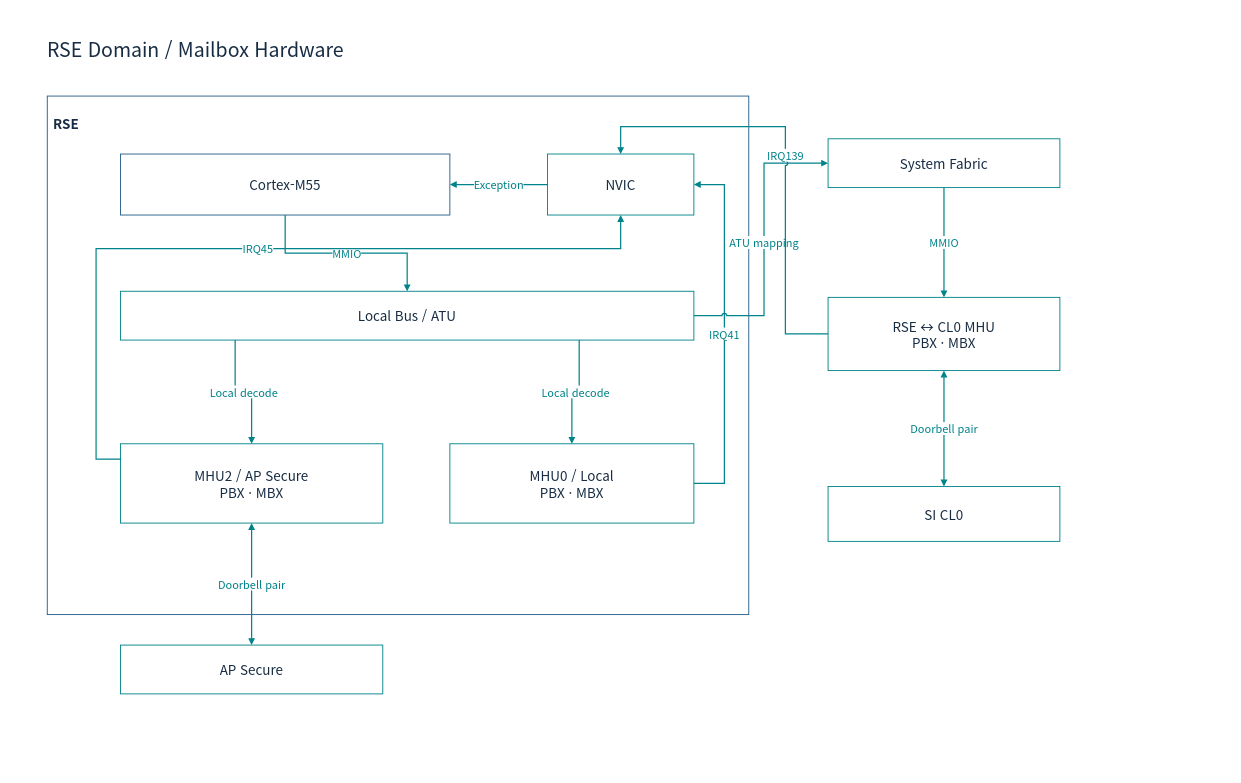
Before: page "05-rse-hardware" (7 of 25) of doc/phase1/mailbox/apollo-mailbox-architecture.drawio in cometzero/project-apollo, a draw.io diagram. Source tidied: cells renumbered, new cells numbered last; positions are measured from the earlier drawing's top-left corner, leaving out a move shared by most shapes. Both pictures are drawn from the tidied source at 61%, with x=0, y=0 at pixel (10, 10).
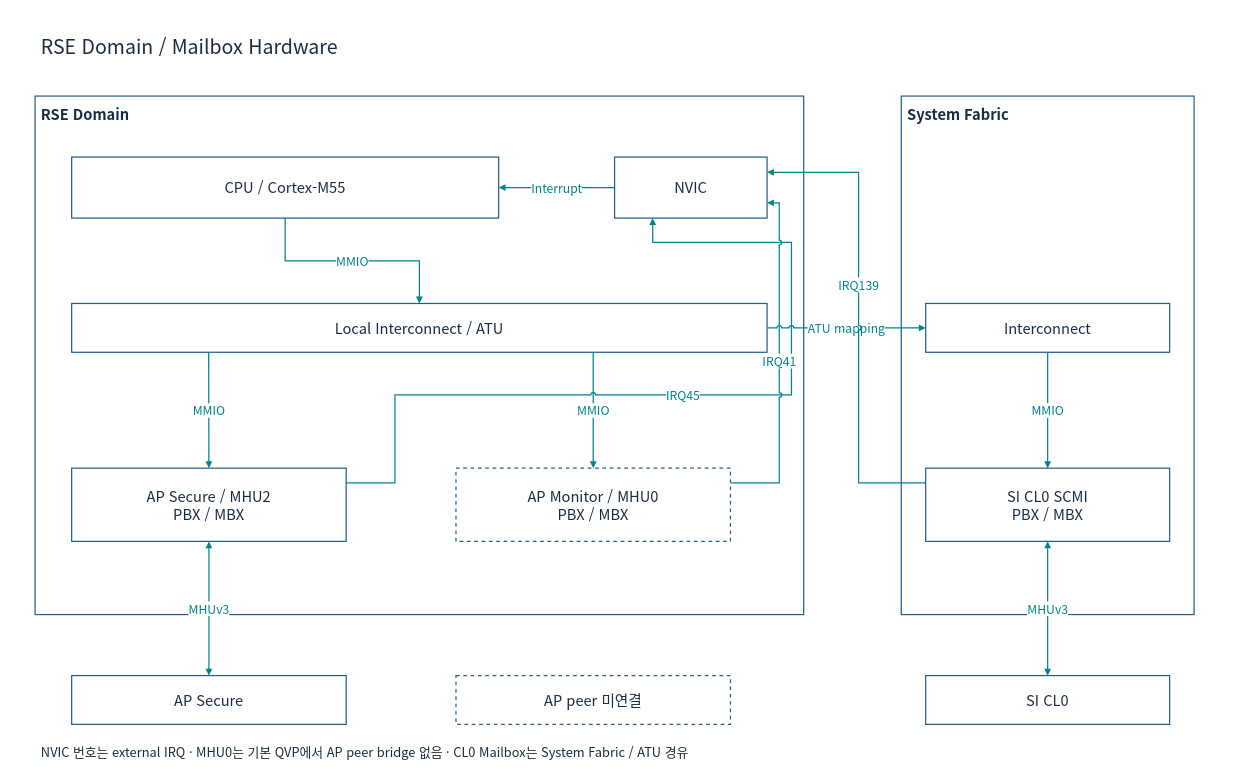
The same diagram, later.

Commit message (it also covers changes not shown here):
docs(mailbox): clarify topology and diagrams

The edit, as a diff of the source:
```diff
@@
-    <mxCell id="2" style="rounded=0;whiteSpace=wrap;html=1;fillColor=#FFFFFF;strokeColor=none;strokeWidth=1.5;fontColor=#172C43;fontFamily=Noto Sans CJK KR;fontSize=22;spacing=10;" parent="1" vertex="1">
-      <mxGeometry width="1800" height="1150" as="geometry" />
+    <mxCell id="2" style="rounded=0;whiteSpace=wrap;html=1;fillColor=#FFFFFF;strokeColor=#235D86;strokeWidth=2;fontColor=#172C43;fontFamily=Noto Sans CJK KR;fontSize=24;spacing=10;strokeColor=none;" parent="1" vertex="1">
+      <mxGeometry width="2000" height="1250" as="geometry" />
     </mxCell>
-    <mxCell id="3" value="RSE Domain / Mailbox Hardware" style="rounded=0;whiteSpace=wrap;html=1;fillColor=#FFFFFF;strokeColor=none;strokeWidth=1.5;fontColor=#172C43;fontFamily=Noto Sans CJK KR;fontSize=22;spacing=10;fontSize=32;align=left;" parent="1" vertex="1">
-      <mxGeometry x="50" y="30" width="1700" height="65" as="geometry" />
+    <mxCell id="3" value="RSE Domain / Mailbox Hardware" style="rounded=0;whiteSpace=wrap;html=1;fillColor=#FFFFFF;strokeColor=#235D86;strokeWidth=2;fontColor=#172C43;fontFamily=Noto Sans CJK KR;fontSize=24;spacing=10;strokeColor=none;fontSize=32;align=left;" parent="1" vertex="1">
+      <mxGeometry x="40" y="25" width="1920" height="65" as="geometry" />
     </mxCell>
-    <mxCell id="4" value="RSE" style="rounded=0;whiteSpace=wrap;html=1;fillColor=#FFFFFF;strokeColor=#235D86;strokeWidth=1.5;fontColor=#172C43;fontFamily=Noto Sans CJK KR;fontSize=22;spacing=10;verticalAlign=top;fontStyle=1;spacingTop=16;align=left;" parent="1" vertex="1">
-      <mxGeometry x="60" y="140" width="1150" height="850" as="geometry" />
+    <mxCell id="4" value="RSE Domain" style="rounded=0;whiteSpace=wrap;html=1;fillColor=#FFFFFF;strokeColor=#235D86;strokeWidth=2;fontColor=#172C43;fontFamily=Noto Sans CJK KR;fontSize=24;spacing=10;verticalAlign=top;align=left;fontStyle=1;" parent="1" vertex="1">
+      <mxGeometry x="40" y="140" width="1260" height="850" as="geometry" />
     </mxCell>
-    <mxCell id="5" value="Cortex-M55" style="rounded=0;whiteSpace=wrap;html=1;fillColor=#FFFFFF;strokeColor=#235D86;strokeWidth=1.5;fontColor=#172C43;fontFamily=Noto Sans CJK KR;fontSize=22;spacing=10;" parent="4" vertex="1">
-      <mxGeometry x="120" y="95" width="540" height="100" as="geometry" />
+    <mxCell id="5" value="CPU / Cortex-M55" style="rounded=0;whiteSpace=wrap;html=1;fillColor=#FFFFFF;strokeColor=#235D86;strokeWidth=2;fontColor=#172C43;fontFamily=Noto Sans CJK KR;fontSize=24;spacing=10;" parent="4" vertex="1">
+      <mxGeometry x="60" y="100" width="700" height="100" as="geometry" />
     </mxCell>
-    <mxCell id="6" value="NVIC" style="rounded=0;whiteSpace=wrap;html=1;fillColor=#FFFFFF;strokeColor=#00838A;strokeWidth=1.5;fontColor=#172C43;fontFamily=Noto Sans CJK KR;fontSize=22;spacing=10;" parent="4" vertex="1">
-      <mxGeometry x="820" y="95" width="240" height="100" as="geometry" />
+    <mxCell id="6" value="NVIC" style="rounded=0;whiteSpace=wrap;html=1;fillColor=#FFFFFF;strokeColor=#235D86;strokeWidth=2;fontColor=#172C43;fontFamily=Noto Sans CJK KR;fontSize=24;spacing=10;" parent="4" vertex="1">
+      <mxGeometry x="950" y="100" width="250" height="100" as="geometry" />
     </mxCell>
-    <mxCell id="7" value="Local Bus / ATU" style="rounded=0;whiteSpace=wrap;html=1;fillColor=#FFFFFF;strokeColor=#00838A;strokeWidth=1.5;fontColor=#172C43;fontFamily=Noto Sans CJK KR;fontSize=22;spacing=10;" parent="4" vertex="1">
-      <mxGeometry x="120" y="320" width="940" height="80" as="geometry" />
-    </mxCell>
+    <mxCell id="25" value="Local Interconnect / ATU" style="rounded=0;whiteSpace=wrap;html=1;fillColor=#FFFFFF;strokeColor=#235D86;strokeWidth=2;fontColor=#172C43;fontFamily=Noto Sans CJK KR;fontSize=24;spacing=10;" parent="4" vertex="1">
+      <mxGeometry x="60" y="340" width="1140" height="80" as="geometry" />
+    </mxCell>
+    <mxCell id="26" value="MMIO" style="edgeStyle=orthogonalEdgeStyle;rounded=0;html=1;endArrow=block;endFill=1;strokeWidth=2;strokeColor=#00838A;fontColor=#00838A;fontFamily=Noto Sans CJK KR;fontSize=20;labelBackgroundColor=#FFFFFF;jumpStyle=arc;exitX=0.5;exitY=1;entryX=0.5;entryY=0;" parent="1" edge="1" source="5" target="25">
+      <mxGeometry relative="1" as="geometry" />
+    </mxCell>
+    <mxCell id="19" value="Interrupt" style="edgeStyle=orthogonalEdgeStyle;rounded=0;html=1;endArrow=block;endFill=1;strokeWidth=2;strokeColor=#00838A;fontColor=#00838A;fontFamily=Noto Sans CJK KR;fontSize=20;labelBackgroundColor=#FFFFFF;jumpStyle=arc;exitX=0;exitY=0.5;entryX=1;entryY=0.5;" parent="1" edge="1" source="6" target="5">
+      <mxGeometry relative="1" as="geometry" />
+    </mxCell>
-    <mxCell id="8" value="MHU2 / AP Secure&lt;br&gt;PBX · MBX" style="rounded=0;whiteSpace=wrap;html=1;fillColor=#FFFFFF;strokeColor=#00838A;strokeWidth=1.5;fontColor=#172C43;fontFamily=Noto Sans CJK KR;fontSize=22;spacing=10;" parent="4" vertex="1">
-      <mxGeometry x="120" y="570" width="430" height="130" as="geometry" />
+    <mxCell id="8" value="AP Secure / MHU2&lt;br&gt;PBX / MBX" style="rounded=0;whiteSpace=wrap;html=1;fillColor=#FFFFFF;strokeColor=#235D86;strokeWidth=2;fontColor=#172C43;fontFamily=Noto Sans CJK KR;fontSize=24;spacing=10;" parent="4" vertex="1">
+      <mxGeometry x="60" y="610" width="450" height="120" as="geometry" />
     </mxCell>
-    <mxCell id="9" value="MHU0 / Local&lt;br&gt;PBX · MBX" style="rounded=0;whiteSpace=wrap;html=1;fillColor=#FFFFFF;strokeColor=#00838A;strokeWidth=1.5;fontColor=#172C43;fontFamily=Noto Sans CJK KR;fontSize=22;spacing=10;" parent="4" vertex="1">
-      <mxGeometry x="660" y="570" width="400" height="130" as="geometry" />
+    <mxCell id="9" value="AP Monitor / MHU0&lt;br&gt;PBX / MBX" style="rounded=0;whiteSpace=wrap;html=1;fillColor=#FFFFFF;strokeColor=#235D86;strokeWidth=2;fontColor=#172C43;fontFamily=Noto Sans CJK KR;fontSize=24;spacing=10;dashed=1;" parent="4" vertex="1">
+      <mxGeometry x="690" y="610" width="450" height="120" as="geometry" />
     </mxCell>
+    <mxCell id="27" value="MMIO" style="edgeStyle=orthogonalEdgeStyle;rounded=0;html=1;endArrow=block;endFill=1;strokeWidth=2;strokeColor=#00838A;fontColor=#00838A;fontFamily=Noto Sans CJK KR;fontSize=20;labelBackgroundColor=#FFFFFF;jumpStyle=arc;exitX=0.197;exitY=1;entryX=0.5;entryY=0;" parent="1" edge="1" source="25" target="8">
+      <mxGeometry relative="1" as="geometry" />
+    </mxCell>
+    <mxCell id="28" value="MMIO" style="edgeStyle=orthogonalEdgeStyle;rounded=0;html=1;endArrow=block;endFill=1;strokeWidth=2;strokeColor=#00838A;fontColor=#00838A;fontFamily=Noto Sans CJK KR;fontSize=20;labelBackgroundColor=#FFFFFF;jumpStyle=arc;exitX=0.75;exitY=1;entryX=0.5;entryY=0;" parent="1" edge="1" source="25" target="9">
+      <mxGeometry relative="1" as="geometry" />
+    </mxCell>
+    <mxCell id="17" value="IRQ45" style="edgeStyle=orthogonalEdgeStyle;rounded=0;html=1;endArrow=block;endFill=1;strokeWidth=2;strokeColor=#00838A;fontColor=#00838A;fontFamily=Noto Sans CJK KR;fontSize=20;labelBackgroundColor=#FFFFFF;jumpStyle=arc;exitX=1;exitY=0.2;entryX=0.25;entryY=1;" parent="1" edge="1" source="8" target="6">
+      <mxGeometry relative="1" as="geometry">
+        <Array as="points">
+          <mxPoint x="630" y="774" />
+          <mxPoint x="630" y="630" />
+          <mxPoint x="1280" y="630" />
+          <mxPoint x="1280" y="380" />
+          <mxPoint x="1052" y="380" />
+        </Array>
+      </mxGeometry>
+    </mxCell>
+    <mxCell id="18" value="IRQ41" style="edgeStyle=orthogonalEdgeStyle;rounded=0;html=1;endArrow=block;endFill=1;strokeWidth=2;strokeColor=#00838A;fontColor=#00838A;fontFamily=Noto Sans CJK KR;fontSize=20;labelBackgroundColor=#FFFFFF;jumpStyle=arc;exitX=1;exitY=0.2;entryX=1;entryY=0.75;" parent="1" edge="1" source="9" target="6">
+      <mxGeometry relative="1" as="geometry">
+        <Array as="points">
+          <mxPoint x="1260" y="774" />
+          <mxPoint x="1260" y="315" />
+        </Array>
+      </mxGeometry>
+    </mxCell>
+    <mxCell id="29" value="System Fabric" style="rounded=0;whiteSpace=wrap;html=1;fillColor=#FFFFFF;strokeColor=#235D86;strokeWidth=2;fontColor=#172C43;fontFamily=Noto Sans CJK KR;fontSize=24;spacing=10;verticalAlign=top;align=left;fontStyle=1;" parent="1" vertex="1">
+      <mxGeometry x="1460" y="140" width="480" height="850" as="geometry" />
+    </mxCell>
-    <mxCell id="10" value="System Fabric" style="rounded=0;whiteSpace=wrap;html=1;fillColor=#FFFFFF;strokeColor=#00838A;strokeWidth=1.5;fontColor=#172C43;fontFamily=Noto Sans CJK KR;fontSize=22;spacing=10;" parent="1" vertex="1">
-      <mxGeometry x="1340" y="210" width="380" height="80" as="geometry" />
+    <mxCell id="10" value="Interconnect" style="rounded=0;whiteSpace=wrap;html=1;fillColor=#FFFFFF;strokeColor=#235D86;strokeWidth=2;fontColor=#172C43;fontFamily=Noto Sans CJK KR;fontSize=24;spacing=10;" parent="29" vertex="1">
+      <mxGeometry x="40" y="340" width="400" height="80" as="geometry" />
     </mxCell>
-    <mxCell id="11" value="RSE ↔ CL0 MHU&lt;br&gt;PBX · MBX" style="rounded=0;whiteSpace=wrap;html=1;fillColor=#FFFFFF;strokeColor=#00838A;strokeWidth=1.5;fontColor=#172C43;fontFamily=Noto Sans CJK KR;fontSize=22;spacing=10;" parent="1" vertex="1">
-      <mxGeometry x="1340" y="470" width="380" height="120" as="geometry" />
+    <mxCell id="11" value="SI CL0 SCMI&lt;br&gt;PBX / MBX" style="rounded=0;whiteSpace=wrap;html=1;fillColor=#FFFFFF;strokeColor=#235D86;strokeWidth=2;fontColor=#172C43;fontFamily=Noto Sans CJK KR;fontSize=24;spacing=10;" parent="29" vertex="1">
+      <mxGeometry x="40" y="610" width="400" height="120" as="geometry" />
     </mxCell>
-    <mxCell id="12" value="SI CL0" style="rounded=0;whiteSpace=wrap;html=1;fillColor=#FFFFFF;strokeColor=#00838A;strokeWidth=1.5;fontColor=#172C43;fontFamily=Noto Sans CJK KR;fontSize=22;spacing=10;" parent="1" vertex="1">
-      <mxGeometry x="1340" y="780" width="380" height="90" as="geometry" />
-    </mxCell>
-    <mxCell id="13" value="AP Secure" style="rounded=0;whiteSpace=wrap;html=1;fillColor=#FFFFFF;strokeColor=#00838A;strokeWidth=1.5;fontColor=#172C43;fontFamily=Noto Sans CJK KR;fontSize=22;spacing=10;" parent="1" vertex="1">
-      <mxGeometry x="180" y="1040" width="430" height="80" as="geometry" />
-    </mxCell>
-    <mxCell id="14" value="MMIO" style="edgeStyle=orthogonalEdgeStyle;rounded=0;html=1;endArrow=block;endFill=1;strokeWidth=2;strokeColor=#00838A;fontColor=#00838A;fontFamily=Noto Sans CJK KR;fontSize=18;labelBackgroundColor=#FFFFFF;exitX=0.5;exitY=1;entryX=0.5;entryY=0;" parent="1" edge="1" source="5" target="7">
-      <mxGeometry relative="1" as="geometry" />
-    </mxCell>
-    <mxCell id="15" value="Local decode" style="edgeStyle=orthogonalEdgeStyle;rounded=0;html=1;endArrow=block;endFill=1;strokeWidth=2;strokeColor=#00838A;fontColor=#00838A;fontFamily=Noto Sans CJK KR;fontSize=18;labelBackgroundColor=#FFFFFF;exitX=0.2;exitY=1;entryX=0.5;entryY=0;" parent="1" edge="1" source="7" target="8">
-      <mxGeometry relative="1" as="geometry" />
-    </mxCell>
-    <mxCell id="16" value="Local decode" style="edgeStyle=orthogonalEdgeStyle;rounded=0;html=1;endArrow=block;endFill=1;strokeWidth=2;strokeColor=#00838A;fontColor=#00838A;fontFamily=Noto Sans CJK KR;fontSize=18;labelBackgroundColor=#FFFFFF;exitX=0.8;exitY=1;entryX=0.5;entryY=0;" parent="1" edge="1" source="7" target="9">
-      <mxGeometry relative="1" as="geometry" />
-    </mxCell>
-    <mxCell id="17" value="IRQ45" style="edgeStyle=orthogonalEdgeStyle;rounded=0;html=1;endArrow=block;endFill=1;strokeWidth=2;strokeColor=#00838A;fontColor=#00838A;fontFamily=Noto Sans CJK KR;fontSize=18;labelBackgroundColor=#FFFFFF;exitX=0;exitY=0.2;entryX=0.5;entryY=1;" parent="1" edge="1" source="8" target="6">
-      <mxGeometry relative="1" as="geometry">
-        <Array as="points">
-          <mxPoint x="140" y="735" />
-          <mxPoint x="140" y="390" />
-          <mxPoint x="1000" y="390" />
-        </Array>
-      </mxGeometry>
-    </mxCell>
-    <mxCell id="18" value="IRQ41" style="edgeStyle=orthogonalEdgeStyle;rounded=0;html=1;endArrow=block;endFill=1;strokeWidth=2;strokeColor=#00838A;fontColor=#00838A;fontFamily=Noto Sans CJK KR;fontSize=18;labelBackgroundColor=#FFFFFF;exitX=1;exitY=0.5;entryX=1;entryY=0.5;" parent="1" edge="1" source="9" target="6">
-      <mxGeometry relative="1" as="geometry">
-        <Array as="points">
-          <mxPoint x="1170" y="775" />
-          <mxPoint x="1170" y="285" />
-        </Array>
-      </mxGeometry>
-    </mxCell>
-    <mxCell id="19" value="Exception" style="edgeStyle=orthogonalEdgeStyle;rounded=0;html=1;endArrow=block;endFill=1;strokeWidth=2;strokeColor=#00838A;fontColor=#00838A;fontFamily=Noto Sans CJK KR;fontSize=18;labelBackgroundColor=#FFFFFF;exitX=0;exitY=0.5;entryX=1;entryY=0.5;" parent="1" edge="1" source="6" target="5">
-      <mxGeometry relative="1" as="geometry" />
-    </mxCell>
-    <mxCell id="20" value="ATU mapping" style="edgeStyle=orthogonalEdgeStyle;rounded=0;html=1;endArrow=block;endFill=1;strokeWidth=2;strokeColor=#00838A;fontColor=#00838A;fontFamily=Noto Sans CJK KR;fontSize=18;labelBackgroundColor=#FFFFFF;exitX=1;exitY=0.5;entryX=0;entryY=0.5;jumpStyle=arc;" parent="1" edge="1" source="7" target="10">
-      <mxGeometry relative="1" as="geometry">
-        <Array as="points">
-          <mxPoint x="1235" y="500" />
-          <mxPoint x="1235" y="250" />
-        </Array>
-      </mxGeometry>
+    <mxCell id="20" value="ATU mapping" style="edgeStyle=orthogonalEdgeStyle;rounded=0;html=1;endArrow=block;endFill=1;strokeWidth=2;strokeColor=#00838A;fontColor=#00838A;fontFamily=Noto Sans CJK KR;fontSize=20;labelBackgroundColor=#FFFFFF;jumpStyle=arc;exitX=1;exitY=0.5;entryX=0;entryY=0.5;" parent="1" edge="1" source="25" target="10">
+      <mxGeometry relative="1" as="geometry" />
     </mxCell>
-    <mxCell id="21" value="MMIO" style="edgeStyle=orthogonalEdgeStyle;rounded=0;html=1;endArrow=block;endFill=1;strokeWidth=2;strokeColor=#00838A;fontColor=#00838A;fontFamily=Noto Sans CJK KR;fontSize=18;labelBackgroundColor=#FFFFFF;exitX=0.5;exitY=1;entryX=0.5;entryY=0;" parent="1" edge="1" source="10" target="11">
+    <mxCell id="21" value="MMIO" style="edgeStyle=orthogonalEdgeStyle;rounded=0;html=1;endArrow=block;endFill=1;strokeWidth=2;strokeColor=#00838A;fontColor=#00838A;fontFamily=Noto Sans CJK KR;fontSize=20;labelBackgroundColor=#FFFFFF;jumpStyle=arc;exitX=0.5;exitY=1;entryX=0.5;entryY=0;" parent="1" edge="1" source="10" target="11">
       <mxGeometry relative="1" as="geometry" />
     </mxCell>
+    <mxCell id="23" value="IRQ139" style="edgeStyle=orthogonalEdgeStyle;rounded=0;html=1;endArrow=block;endFill=1;strokeWidth=2;strokeColor=#00838A;fontColor=#00838A;fontFamily=Noto Sans CJK KR;fontSize=20;labelBackgroundColor=#FFFFFF;jumpStyle=arc;exitX=0;exitY=0.2;entryX=1;entryY=0.25;" parent="1" edge="1" source="11" target="6">
+      <mxGeometry relative="1" as="geometry">
+        <Array as="points">
+          <mxPoint x="1390" y="774" />
+          <mxPoint x="1390" y="265" />
+        </Array>
+        <mxPoint y="-50" as="offset" />
+      </mxGeometry>
+    </mxCell>
+    <mxCell id="13" value="AP Secure" style="rounded=0;whiteSpace=wrap;html=1;fillColor=#FFFFFF;strokeColor=#235D86;strokeWidth=2;fontColor=#172C43;fontFamily=Noto Sans CJK KR;fontSize=24;spacing=10;" parent="1" vertex="1">
+      <mxGeometry x="100" y="1090" width="450" height="80" as="geometry" />
+    </mxCell>
+    <mxCell id="24" value="MHUv3" style="edgeStyle=orthogonalEdgeStyle;rounded=0;html=1;endArrow=block;endFill=1;strokeWidth=2;strokeColor=#00838A;fontColor=#00838A;fontFamily=Noto Sans CJK KR;fontSize=20;labelBackgroundColor=#FFFFFF;jumpStyle=arc;startArrow=block;startFill=1;exitX=0.5;exitY=1;entryX=0.5;entryY=0;" parent="1" edge="1" source="8" target="13">
+      <mxGeometry relative="1" as="geometry" />
+    </mxCell>
+    <mxCell id="30" value="AP peer 미연결" style="rounded=0;whiteSpace=wrap;html=1;fillColor=#FFFFFF;strokeColor=#235D86;strokeWidth=2;fontColor=#172C43;fontFamily=Noto Sans CJK KR;fontSize=24;spacing=10;dashed=1;" parent="1" vertex="1">
+      <mxGeometry x="730" y="1090" width="450" height="80" as="geometry" />
+    </mxCell>
+    <mxCell id="12" value="SI CL0" style="rounded=0;whiteSpace=wrap;html=1;fillColor=#FFFFFF;strokeColor=#235D86;strokeWidth=2;fontColor=#172C43;fontFamily=Noto Sans CJK KR;fontSize=24;spacing=10;" parent="1" vertex="1">
+      <mxGeometry x="1500" y="1090" width="400" height="80" as="geometry" />
+    </mxCell>
-    <mxCell id="22" value="Doorbell pair" style="edgeStyle=orthogonalEdgeStyle;rounded=0;html=1;endArrow=block;endFill=1;strokeWidth=2;strokeColor=#00838A;fontColor=#00838A;fontFamily=Noto Sans CJK KR;fontSize=18;labelBackgroundColor=#FFFFFF;exitX=0.5;exitY=1;entryX=0.5;entryY=0;startArrow=block;startFill=1;" parent="1" edge="1" source="11" target="12">
+    <mxCell id="22" value="MHUv3" style="edgeStyle=orthogonalEdgeStyle;rounded=0;html=1;endArrow=block;endFill=1;strokeWidth=2;strokeColor=#00838A;fontColor=#00838A;fontFamily=Noto Sans CJK KR;fontSize=20;labelBackgroundColor=#FFFFFF;jumpStyle=arc;startArrow=block;startFill=1;exitX=0.5;exitY=1;entryX=0.5;entryY=0;" parent="1" edge="1" source="11" target="12">
       <mxGeometry relative="1" as="geometry" />
     </mxCell>
-    <mxCell id="23" value="IRQ139" style="edgeStyle=orthogonalEdgeStyle;rounded=0;html=1;endArrow=block;endFill=1;strokeWidth=2;strokeColor=#00838A;fontColor=#00838A;fontFamily=Noto Sans CJK KR;fontSize=18;labelBackgroundColor=#FFFFFF;exitX=0;exitY=0.5;entryX=0.5;entryY=0;jumpStyle=arc;" parent="1" edge="1" source="11" target="6">
-      <mxGeometry relative="1" as="geometry">
-        <Array as="points">
-          <mxPoint x="1270" y="530" />
-          <mxPoint x="1270" y="190" />
-          <mxPoint x="1000" y="190" />
-        </Array>
-      </mxGeometry>
-    </mxCell>
-    <mxCell id="24" value="Doorbell pair" style="edgeStyle=orthogonalEdgeStyle;rounded=0;html=1;endArrow=block;endFill=1;strokeWidth=2;strokeColor=#00838A;fontColor=#00838A;fontFamily=Noto Sans CJK KR;fontSize=18;labelBackgroundColor=#FFFFFF;exitX=0.5;exitY=1;entryX=0.5;entryY=0;startArrow=block;startFill=1;" parent="1" edge="1" source="8" target="13">
-      <mxGeometry relative="1" as="geometry" />
-    </mxCell>
+    <mxCell id="31" value="NVIC 번호는 external IRQ · MHU0는 기본 QVP에서 AP peer bridge 없음 · CL0 Mailbox는 System Fabric / ATU 경유" style="rounded=0;whiteSpace=wrap;html=1;fillColor=#FFFFFF;strokeColor=#235D86;strokeWidth=2;fontColor=#172C43;fontFamily=Noto Sans CJK KR;fontSize=24;spacing=10;strokeColor=none;fontSize=21;align=left;" parent="1" vertex="1">
+      <mxGeometry x="40" y="1190" width="1900" height="50" as="geometry" />
+    </mxCell>
```
